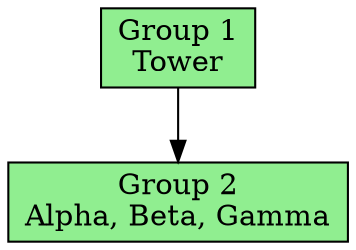
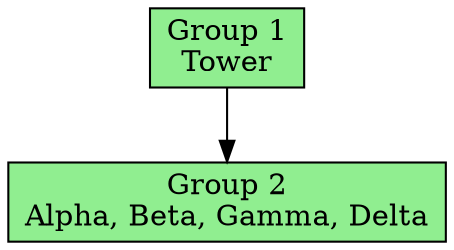
digraph HRG {
  rankdir=TB;
  "G0" [shape=box, style=filled, fillcolor="#90EE90", label="Group 1\nTower"];
-   "G1" [shape=box, style=filled, fillcolor="#90EE90", label="Group 2\nAlpha, Beta, Gamma"];
+   "G1" [shape=box, style=filled, fillcolor="#90EE90", label="Group 2\nAlpha, Beta, Gamma, Delta"];
  "G0" -> "G1";
}
